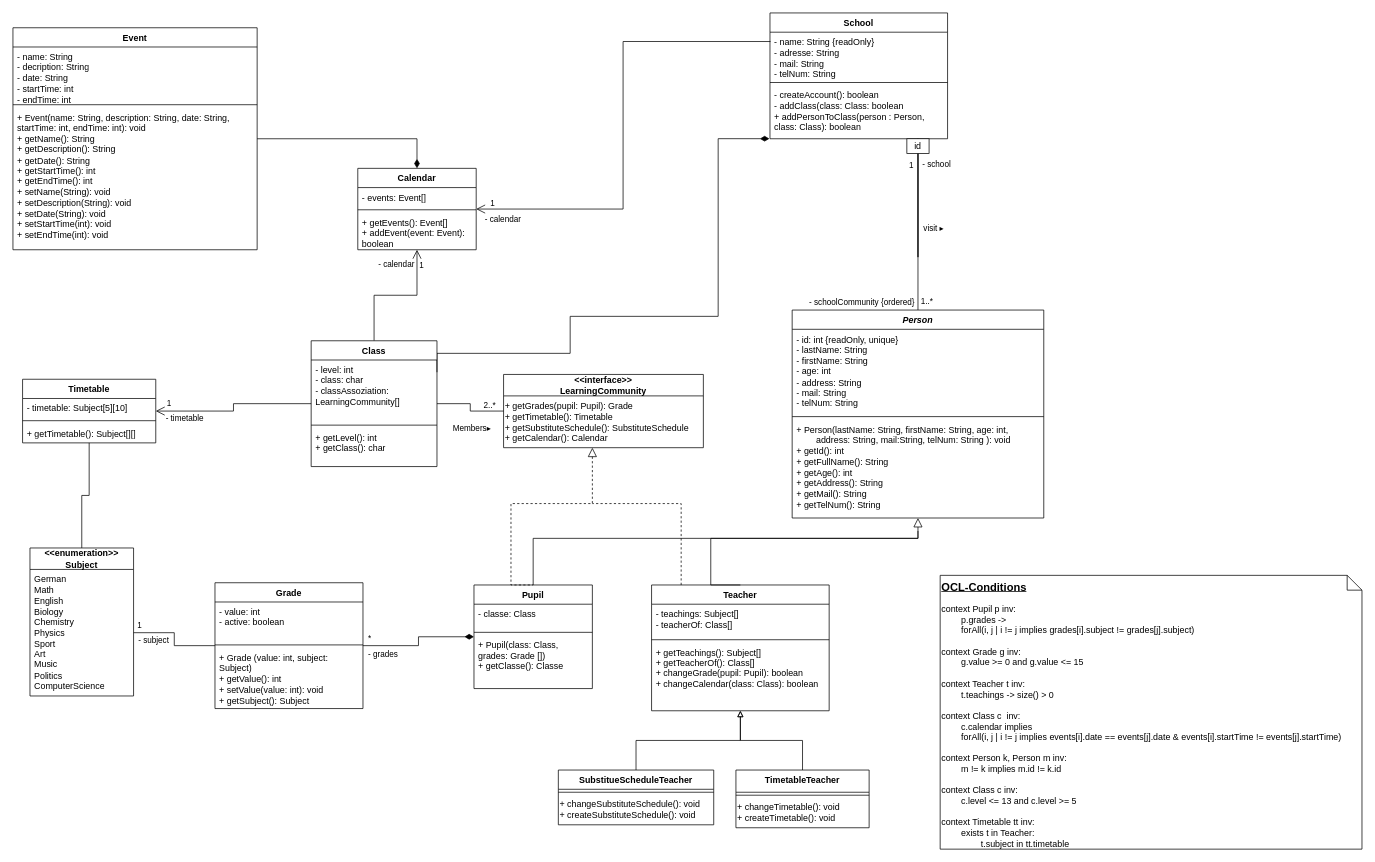
Earlier version of the draw.io diagram ClassDiagram.drawio (TrainFan1804/SchulverwaltungUML). Source tidied: cells renumbered, new cells numbered last; positions are measured from the earlier drawing's top-left corner, leaving out a move shared by most shapes. Both pictures are drawn from the tidied source at 74%, with x=0, y=0 at pixel (13, 13).
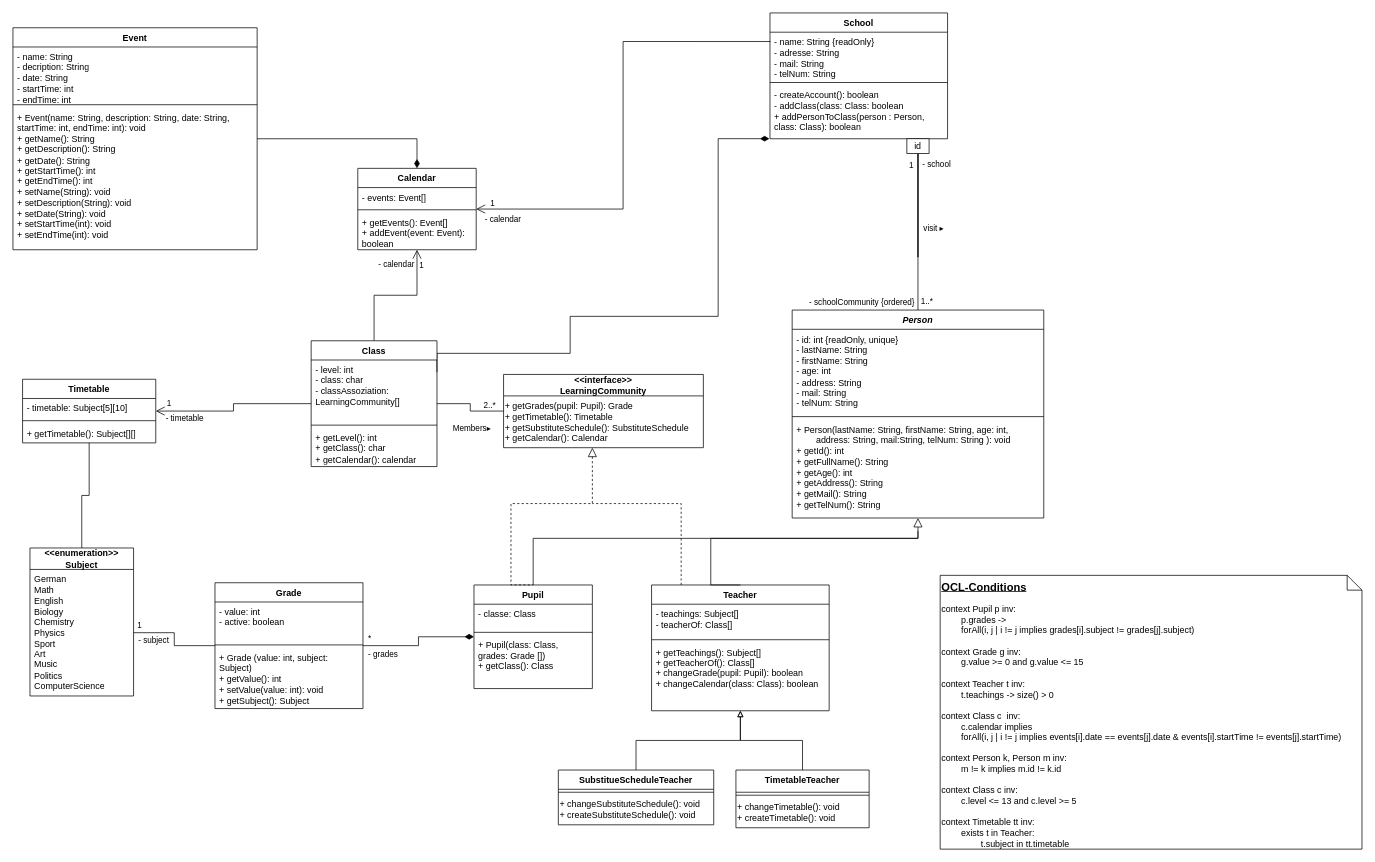
Above is the later version.

The change refers to these unchanged cells:
```xml
<mxCell id="5" value="Pupil" style="swimlane;fontStyle=1;align=center;verticalAlign=top;horizontal=1;startSize=26;rounded=0;shadow=0;strokeWidth=1;" parent="1" vertex="1">
  <mxGeometry x="623" y="773" width="160" height="140" as="geometry" />
</mxCell>
<mxCell id="47" value="Class" style="swimlane;fontStyle=1;align=center;verticalAlign=top;horizontal=1;startSize=26;whiteSpace=wrap;html=1;" parent="1" vertex="1">
  <mxGeometry x="403" y="443" width="170" height="170" as="geometry" />
</mxCell>
```

Diff of the diagram source:
```diff
@@
-    <mxCell id="8" value="+ Pupil(class: Class, &#10;grades: Grade [])&#10;+ getClasse(): Classe" style="text;align=left;verticalAlign=top;spacingLeft=4;spacingRight=4;overflow=hidden;" parent="5" vertex="1">
+    <mxCell id="8" value="+ Pupil(class: Class, &#10;grades: Grade [])&#10;+ getClass(): Class" style="text;align=left;verticalAlign=top;spacingLeft=4;spacingRight=4;overflow=hidden;" parent="5" vertex="1">
       <mxGeometry y="68" width="160" height="72" as="geometry" />
     </mxCell>
@@
-    <mxCell id="50" value="&lt;div&gt;+ getLevel(): int&lt;/div&gt;&lt;div&gt;+ getClass(): char&lt;br&gt;&lt;/div&gt;&lt;div&gt;&lt;br&gt;&lt;/div&gt;" style="text;strokeColor=none;fillColor=none;align=left;verticalAlign=top;spacingLeft=4;spacingRight=4;overflow=hidden;whiteSpace=wrap;html=1;" parent="47" vertex="1">
+    <mxCell id="50" value="&lt;div&gt;+ getLevel(): int&lt;/div&gt;&lt;div&gt;+ getClass(): char&lt;br&gt;&lt;/div&gt;&lt;div&gt;+ getCalendar(): calendar&lt;/div&gt;" style="text;strokeColor=none;fillColor=none;align=left;verticalAlign=top;spacingLeft=4;spacingRight=4;overflow=hidden;whiteSpace=wrap;html=1;" parent="47" vertex="1">
       <mxGeometry y="118" width="170" height="52" as="geometry" />
     </mxCell>
```
